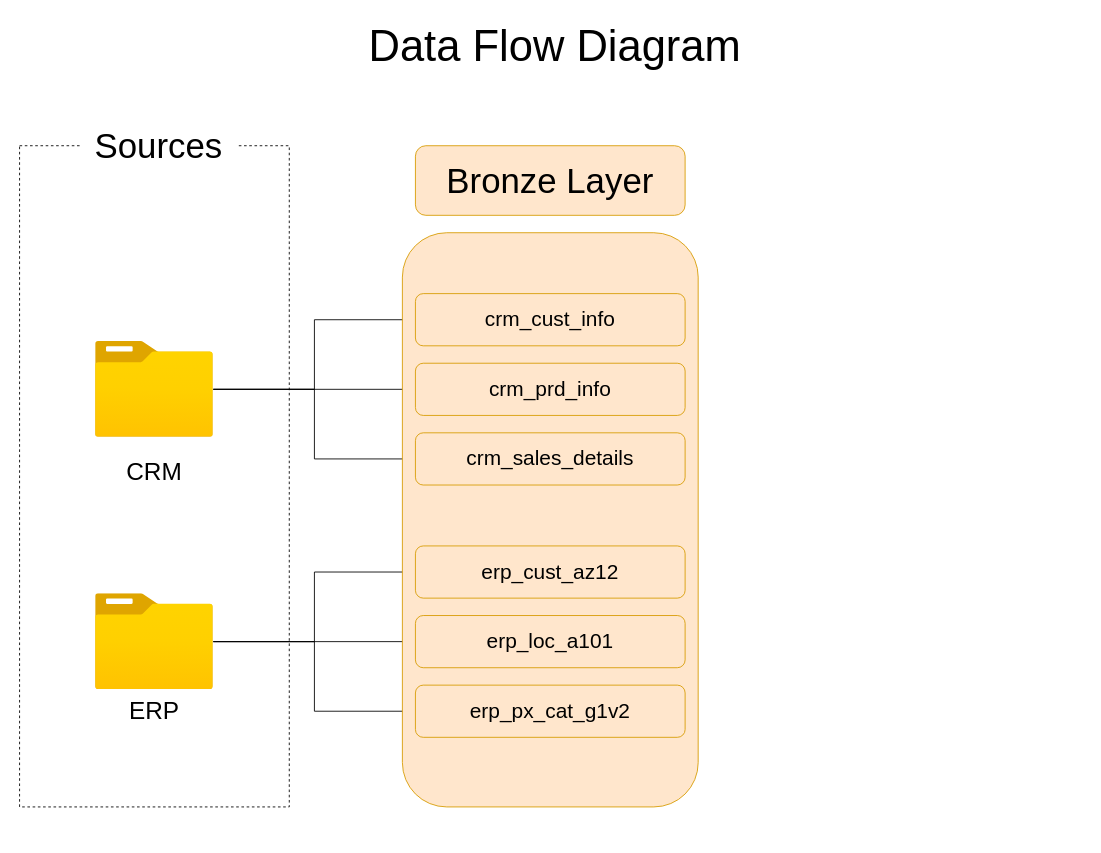
Before: docs/data_flow.drawio in rlf5497/sql-data-warehouse-project, a draw.io diagram. Source tidied: cells renumbered, new cells numbered last; positions are measured from the earlier drawing's top-left corner, leaving out a move shared by most shapes. Both pictures are drawn from the tidied source at 87%, with x=0, y=0 at pixel (19, 15).
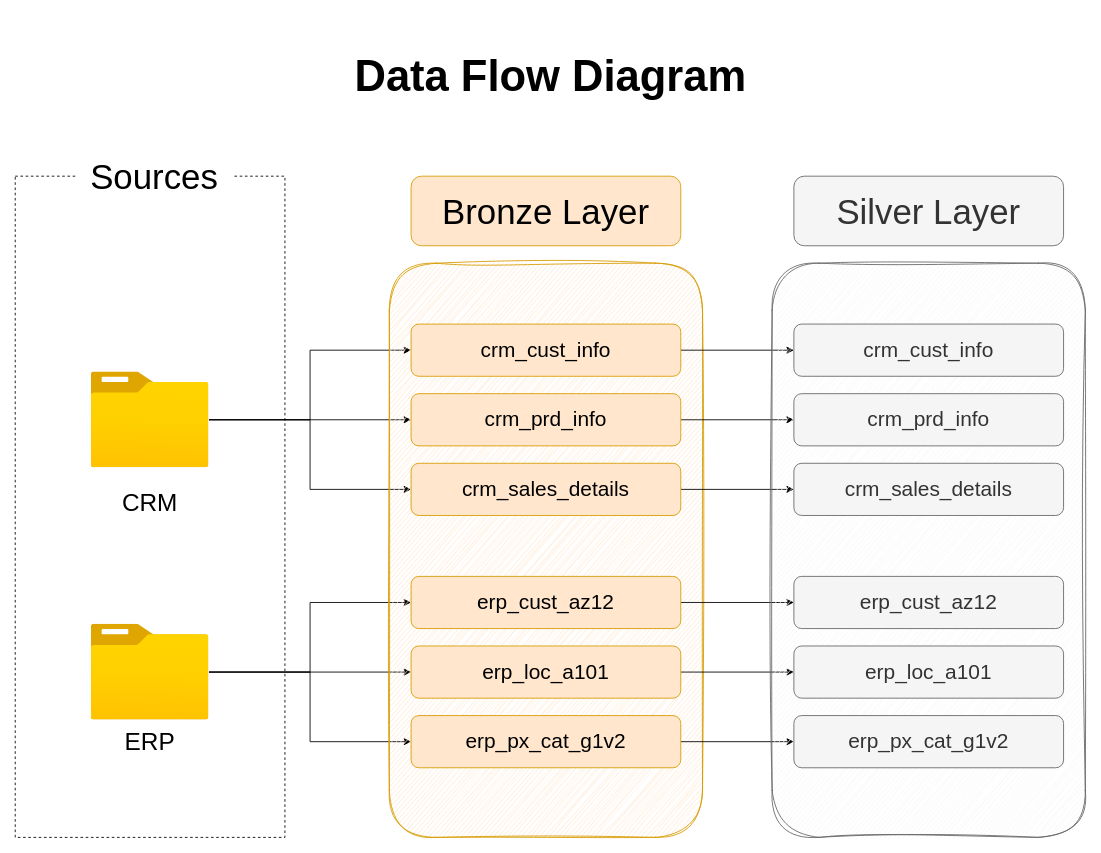
After the change.

Commit message:
add the silver layer

The edit, as a diff of the source:
```diff
@@
+    <mxCell id="23" style="group;" parent="1" vertex="1">
+      <mxGeometry x="-5" y="35" width="1230" height="910" as="geometry" />
+    </mxCell>
+    <mxCell id="6" style="edgeStyle=orthogonalEdgeStyle;rounded=0;jettySize=auto;html=1;entryX=0;entryY=0.5;entryDx=0;entryDy=0;" parent="23" edge="1" source="8" target="17">
+      <mxGeometry relative="1" as="geometry" />
+    </mxCell>
-    <mxCell id="2" value="&lt;font style=&quot;font-size: 50px;&quot;&gt;Data Flow Diagram&lt;/font&gt;" style="text;html=1;align=center;verticalAlign=middle;strokeColor=none;fillColor=none;" parent="1" vertex="1">
-      <mxGeometry x="390" width="450" height="70" as="geometry" />
+    <mxCell id="2" value="&lt;font style=&quot;font-size: 50px;&quot;&gt;&lt;b&gt;Data Flow Diagram&lt;/b&gt;&lt;/font&gt;" style="text;html=1;align=center;verticalAlign=middle;strokeColor=none;fillColor=none;" parent="23" vertex="1">
+      <mxGeometry x="380" width="470" height="70" as="geometry" />
     </mxCell>
-    <mxCell id="3" style="rounded=0;whiteSpace=wrap;html=1;fillColor=none;dashed=1;" parent="1" vertex="1">
+    <mxCell id="3" style="rounded=0;whiteSpace=wrap;html=1;fillColor=none;dashed=1;" parent="23" vertex="1">
       <mxGeometry y="150" width="310" height="760" as="geometry" />
     </mxCell>
-    <mxCell id="4" value="&lt;font style=&quot;font-size: 40px;&quot;&gt;Sources&lt;/font&gt;" style="rounded=1;whiteSpace=wrap;html=1;strokeColor=none;" parent="1" vertex="1">
+    <mxCell id="4" value="&lt;font style=&quot;font-size: 40px;&quot;&gt;Sources&lt;/font&gt;" style="rounded=1;whiteSpace=wrap;html=1;strokeColor=none;" parent="23" vertex="1">
       <mxGeometry x="70" y="120" width="180" height="60" as="geometry" />
     </mxCell>
-    <mxCell id="5" style="edgeStyle=orthogonalEdgeStyle;rounded=0;jettySize=auto;html=1;entryX=0;entryY=0.5;entryDx=0;entryDy=0;" parent="1" edge="1" source="8" target="18">
+    <mxCell id="5" style="edgeStyle=orthogonalEdgeStyle;rounded=0;jettySize=auto;html=1;entryX=0;entryY=0.5;entryDx=0;entryDy=0;" parent="23" edge="1" source="8" target="18">
       <mxGeometry relative="1" as="geometry" />
     </mxCell>
-    <mxCell id="6" style="edgeStyle=orthogonalEdgeStyle;rounded=0;jettySize=auto;html=1;entryX=0;entryY=0.5;entryDx=0;entryDy=0;" parent="1" edge="1" source="8" target="17">
-      <mxGeometry relative="1" as="geometry" />
-    </mxCell>
-    <mxCell id="7" style="edgeStyle=orthogonalEdgeStyle;rounded=0;jettySize=auto;html=1;entryX=0;entryY=0.5;entryDx=0;entryDy=0;" parent="1" edge="1" source="8" target="19">
+    <mxCell id="7" style="edgeStyle=orthogonalEdgeStyle;rounded=0;jettySize=auto;html=1;entryX=0;entryY=0.5;entryDx=0;entryDy=0;" parent="23" edge="1" source="8" target="19">
       <mxGeometry relative="1" as="geometry" />
     </mxCell>
-    <mxCell id="8" style="image;html=1;points=[];align=center;fontSize=12;image=img/lib/azure2/general/Folder_Blank.svg;" parent="1" vertex="1">
+    <mxCell id="8" style="image;html=1;points=[];align=center;fontSize=12;image=img/lib/azure2/general/Folder_Blank.svg;" parent="23" vertex="1">
       <mxGeometry x="87.2" y="375" width="135.5" height="110" as="geometry" />
     </mxCell>
-    <mxCell id="9" value="&lt;font style=&quot;font-size: 28px;&quot;&gt;CRM&lt;/font&gt;" style="text;html=1;align=center;verticalAlign=middle;whiteSpace=wrap;rounded=0;" parent="1" vertex="1">
+    <mxCell id="9" value="&lt;font style=&quot;font-size: 28px;&quot;&gt;CRM&lt;/font&gt;" style="text;html=1;align=center;verticalAlign=middle;whiteSpace=wrap;rounded=0;" parent="23" vertex="1">
       <mxGeometry x="125" y="510" width="60" height="30" as="geometry" />
     </mxCell>
-    <mxCell id="10" style="edgeStyle=orthogonalEdgeStyle;rounded=0;jettySize=auto;html=1;entryX=0;entryY=0.5;entryDx=0;entryDy=0;" parent="1" edge="1" source="13" target="21">
+    <mxCell id="10" style="edgeStyle=orthogonalEdgeStyle;rounded=0;jettySize=auto;html=1;entryX=0;entryY=0.5;entryDx=0;entryDy=0;" parent="23" edge="1" source="13" target="21">
       <mxGeometry relative="1" as="geometry" />
     </mxCell>
-    <mxCell id="11" style="edgeStyle=orthogonalEdgeStyle;rounded=0;jettySize=auto;html=1;entryX=0;entryY=0.5;entryDx=0;entryDy=0;" parent="1" edge="1" source="13" target="20">
+    <mxCell id="11" style="edgeStyle=orthogonalEdgeStyle;rounded=0;jettySize=auto;html=1;entryX=0;entryY=0.5;entryDx=0;entryDy=0;" parent="23" edge="1" source="13" target="20">
       <mxGeometry relative="1" as="geometry" />
     </mxCell>
-    <mxCell id="12" style="edgeStyle=orthogonalEdgeStyle;rounded=0;jettySize=auto;html=1;entryX=0;entryY=0.5;entryDx=0;entryDy=0;" parent="1" edge="1" source="13" target="22">
+    <mxCell id="12" style="edgeStyle=orthogonalEdgeStyle;rounded=0;jettySize=auto;html=1;entryX=0;entryY=0.5;entryDx=0;entryDy=0;" parent="23" edge="1" source="13" target="22">
       <mxGeometry relative="1" as="geometry" />
     </mxCell>
-    <mxCell id="13" style="image;html=1;points=[];align=center;fontSize=12;image=img/lib/azure2/general/Folder_Blank.svg;" parent="1" vertex="1">
+    <mxCell id="13" style="image;html=1;points=[];align=center;fontSize=12;image=img/lib/azure2/general/Folder_Blank.svg;" parent="23" vertex="1">
       <mxGeometry x="87.2" y="665" width="135.5" height="110" as="geometry" />
     </mxCell>
-    <mxCell id="14" value="&lt;font style=&quot;font-size: 28px;&quot;&gt;ERP&lt;/font&gt;" style="text;html=1;align=center;verticalAlign=middle;whiteSpace=wrap;rounded=0;" parent="1" vertex="1">
+    <mxCell id="14" value="&lt;font style=&quot;font-size: 28px;&quot;&gt;ERP&lt;/font&gt;" style="text;html=1;align=center;verticalAlign=middle;whiteSpace=wrap;rounded=0;" parent="23" vertex="1">
       <mxGeometry x="125" y="785" width="60" height="30" as="geometry" />
     </mxCell>
-    <mxCell id="15" style="rounded=1;whiteSpace=wrap;html=1;fillColor=#ffe6cc;strokeColor=#d79b00;" parent="1" vertex="1">
-      <mxGeometry x="440" y="250" width="340" height="660" as="geometry" />
+    <mxCell id="15" style="rounded=1;whiteSpace=wrap;html=1;fillColor=#ffe6cc;strokeColor=#d79b00;sketch=1;curveFitting=1;jiggle=2;" parent="23" vertex="1">
+      <mxGeometry x="430" y="250" width="360" height="660" as="geometry" />
     </mxCell>
-    <mxCell id="16" value="&lt;font style=&quot;font-size: 40px;&quot;&gt;Bronze Layer&lt;/font&gt;" style="rounded=1;whiteSpace=wrap;html=1;fillColor=#ffe6cc;strokeColor=#d79b00;" parent="1" vertex="1">
+    <mxCell id="16" value="&lt;font style=&quot;font-size: 40px;&quot;&gt;Bronze Layer&lt;/font&gt;" style="rounded=1;whiteSpace=wrap;html=1;fillColor=#ffe6cc;strokeColor=#d79b00;" parent="23" vertex="1">
       <mxGeometry x="455" y="150" width="310" height="80" as="geometry" />
     </mxCell>
+    <mxCell id="24" style="edgeStyle=orthogonalEdgeStyle;rounded=0;jettySize=auto;html=1;entryX=0;entryY=0.5;entryDx=0;entryDy=0;" parent="23" edge="1" source="17" target="32">
+      <mxGeometry relative="1" as="geometry" />
+    </mxCell>
-    <mxCell id="17" value="&lt;font style=&quot;font-size: 24px;&quot;&gt;crm_cust_info&lt;/font&gt;" style="rounded=1;whiteSpace=wrap;html=1;fillColor=#ffe6cc;strokeColor=#d79b00;" parent="1" vertex="1">
+    <mxCell id="17" value="&lt;font style=&quot;font-size: 24px;&quot;&gt;crm_cust_info&lt;/font&gt;" style="rounded=1;whiteSpace=wrap;html=1;fillColor=#ffe6cc;strokeColor=#d79b00;" parent="23" vertex="1">
       <mxGeometry x="455" y="320" width="310" height="60" as="geometry" />
     </mxCell>
+    <mxCell id="25" style="edgeStyle=orthogonalEdgeStyle;rounded=0;jettySize=auto;html=1;entryX=0;entryY=0.5;entryDx=0;entryDy=0;" parent="23" edge="1" source="18" target="33">
+      <mxGeometry relative="1" as="geometry" />
+    </mxCell>
-    <mxCell id="18" value="&lt;font style=&quot;font-size: 24px;&quot;&gt;crm_prd_info&lt;/font&gt;" style="rounded=1;whiteSpace=wrap;html=1;fillColor=#ffe6cc;strokeColor=#d79b00;" parent="1" vertex="1">
+    <mxCell id="18" value="&lt;font style=&quot;font-size: 24px;&quot;&gt;crm_prd_info&lt;/font&gt;" style="rounded=1;whiteSpace=wrap;html=1;fillColor=#ffe6cc;strokeColor=#d79b00;" parent="23" vertex="1">
       <mxGeometry x="455" y="400" width="310" height="60" as="geometry" />
     </mxCell>
+    <mxCell id="26" style="edgeStyle=orthogonalEdgeStyle;rounded=0;jettySize=auto;html=1;" parent="23" edge="1" source="19" target="34">
+      <mxGeometry relative="1" as="geometry" />
+    </mxCell>
-    <mxCell id="19" value="&lt;font style=&quot;font-size: 24px;&quot;&gt;crm_sales_details&lt;/font&gt;" style="rounded=1;whiteSpace=wrap;html=1;fillColor=#ffe6cc;strokeColor=#d79b00;" parent="1" vertex="1">
+    <mxCell id="19" value="&lt;font style=&quot;font-size: 24px;&quot;&gt;crm_sales_details&lt;/font&gt;" style="rounded=1;whiteSpace=wrap;html=1;fillColor=#ffe6cc;strokeColor=#d79b00;" parent="23" vertex="1">
       <mxGeometry x="455" y="480" width="310" height="60" as="geometry" />
     </mxCell>
+    <mxCell id="27" style="edgeStyle=orthogonalEdgeStyle;rounded=0;jettySize=auto;html=1;entryX=0;entryY=0.5;entryDx=0;entryDy=0;" parent="23" edge="1" source="20" target="35">
+      <mxGeometry relative="1" as="geometry" />
+    </mxCell>
-    <mxCell id="20" value="&lt;font style=&quot;font-size: 24px;&quot;&gt;erp_cust_az12&lt;/font&gt;" style="rounded=1;whiteSpace=wrap;html=1;fillColor=#ffe6cc;strokeColor=#d79b00;" parent="1" vertex="1">
+    <mxCell id="20" value="&lt;font style=&quot;font-size: 24px;&quot;&gt;erp_cust_az12&lt;/font&gt;" style="rounded=1;whiteSpace=wrap;html=1;fillColor=#ffe6cc;strokeColor=#d79b00;" parent="23" vertex="1">
       <mxGeometry x="455" y="610" width="310" height="60" as="geometry" />
     </mxCell>
+    <mxCell id="28" style="edgeStyle=orthogonalEdgeStyle;rounded=0;jettySize=auto;html=1;entryX=0;entryY=0.5;entryDx=0;entryDy=0;" parent="23" edge="1" source="21" target="36">
+      <mxGeometry relative="1" as="geometry" />
+    </mxCell>
-    <mxCell id="21" value="&lt;font style=&quot;font-size: 24px;&quot;&gt;erp_loc_a101&lt;/font&gt;" style="rounded=1;whiteSpace=wrap;html=1;fillColor=#ffe6cc;strokeColor=#d79b00;" parent="1" vertex="1">
+    <mxCell id="21" value="&lt;font style=&quot;font-size: 24px;&quot;&gt;erp_loc_a101&lt;/font&gt;" style="rounded=1;whiteSpace=wrap;html=1;fillColor=#ffe6cc;strokeColor=#d79b00;" parent="23" vertex="1">
       <mxGeometry x="455" y="690" width="310" height="60" as="geometry" />
     </mxCell>
+    <mxCell id="29" style="edgeStyle=orthogonalEdgeStyle;rounded=0;jettySize=auto;html=1;" parent="23" edge="1" source="22" target="37">
+      <mxGeometry relative="1" as="geometry" />
+    </mxCell>
-    <mxCell id="22" value="&lt;font style=&quot;font-size: 24px;&quot;&gt;erp_px_cat_g1v2&lt;/font&gt;" style="rounded=1;whiteSpace=wrap;html=1;fillColor=#ffe6cc;strokeColor=#d79b00;" parent="1" vertex="1">
+    <mxCell id="22" value="&lt;font style=&quot;font-size: 24px;&quot;&gt;erp_px_cat_g1v2&lt;/font&gt;" style="rounded=1;whiteSpace=wrap;html=1;fillColor=#ffe6cc;strokeColor=#d79b00;" parent="23" vertex="1">
       <mxGeometry x="455" y="770" width="310" height="60" as="geometry" />
     </mxCell>
+    <mxCell id="30" style="rounded=1;whiteSpace=wrap;html=1;fillColor=#f5f5f5;strokeColor=#666666;sketch=1;curveFitting=1;jiggle=2;fontColor=#333333;" parent="23" vertex="1">
+      <mxGeometry x="870" y="250" width="360" height="660" as="geometry" />
+    </mxCell>
+    <mxCell id="31" value="&lt;font style=&quot;font-size: 40px;&quot;&gt;Silver Layer&lt;/font&gt;" style="rounded=1;whiteSpace=wrap;html=1;fillColor=#f5f5f5;strokeColor=#666666;fontColor=#333333;" parent="23" vertex="1">
+      <mxGeometry x="895" y="150" width="310" height="80" as="geometry" />
+    </mxCell>
+    <mxCell id="32" value="&lt;font style=&quot;font-size: 24px;&quot;&gt;crm_cust_info&lt;/font&gt;" style="rounded=1;whiteSpace=wrap;html=1;fillColor=#f5f5f5;strokeColor=#666666;fontColor=#333333;" parent="23" vertex="1">
+      <mxGeometry x="895" y="320" width="310" height="60" as="geometry" />
+    </mxCell>
+    <mxCell id="33" value="&lt;font style=&quot;font-size: 24px;&quot;&gt;crm_prd_info&lt;/font&gt;" style="rounded=1;whiteSpace=wrap;html=1;fillColor=#f5f5f5;strokeColor=#666666;fontColor=#333333;" parent="23" vertex="1">
+      <mxGeometry x="895" y="400" width="310" height="60" as="geometry" />
+    </mxCell>
+    <mxCell id="34" value="&lt;font style=&quot;font-size: 24px;&quot;&gt;crm_sales_details&lt;/font&gt;" style="rounded=1;whiteSpace=wrap;html=1;fillColor=#f5f5f5;strokeColor=#666666;fontColor=#333333;" parent="23" vertex="1">
+      <mxGeometry x="895" y="480" width="310" height="60" as="geometry" />
+    </mxCell>
+    <mxCell id="35" value="&lt;font style=&quot;font-size: 24px;&quot;&gt;erp_cust_az12&lt;/font&gt;" style="rounded=1;whiteSpace=wrap;html=1;fillColor=#f5f5f5;strokeColor=#666666;fontColor=#333333;" parent="23" vertex="1">
+      <mxGeometry x="895" y="610" width="310" height="60" as="geometry" />
+    </mxCell>
+    <mxCell id="36" value="&lt;font style=&quot;font-size: 24px;&quot;&gt;erp_loc_a101&lt;/font&gt;" style="rounded=1;whiteSpace=wrap;html=1;fillColor=#f5f5f5;strokeColor=#666666;fontColor=#333333;" parent="23" vertex="1">
+      <mxGeometry x="895" y="690" width="310" height="60" as="geometry" />
+    </mxCell>
+    <mxCell id="37" value="&lt;font style=&quot;font-size: 24px;&quot;&gt;erp_px_cat_g1v2&lt;/font&gt;" style="rounded=1;whiteSpace=wrap;html=1;fillColor=#f5f5f5;strokeColor=#666666;fontColor=#333333;" parent="23" vertex="1">
+      <mxGeometry x="895" y="770" width="310" height="60" as="geometry" />
+    </mxCell>
```
